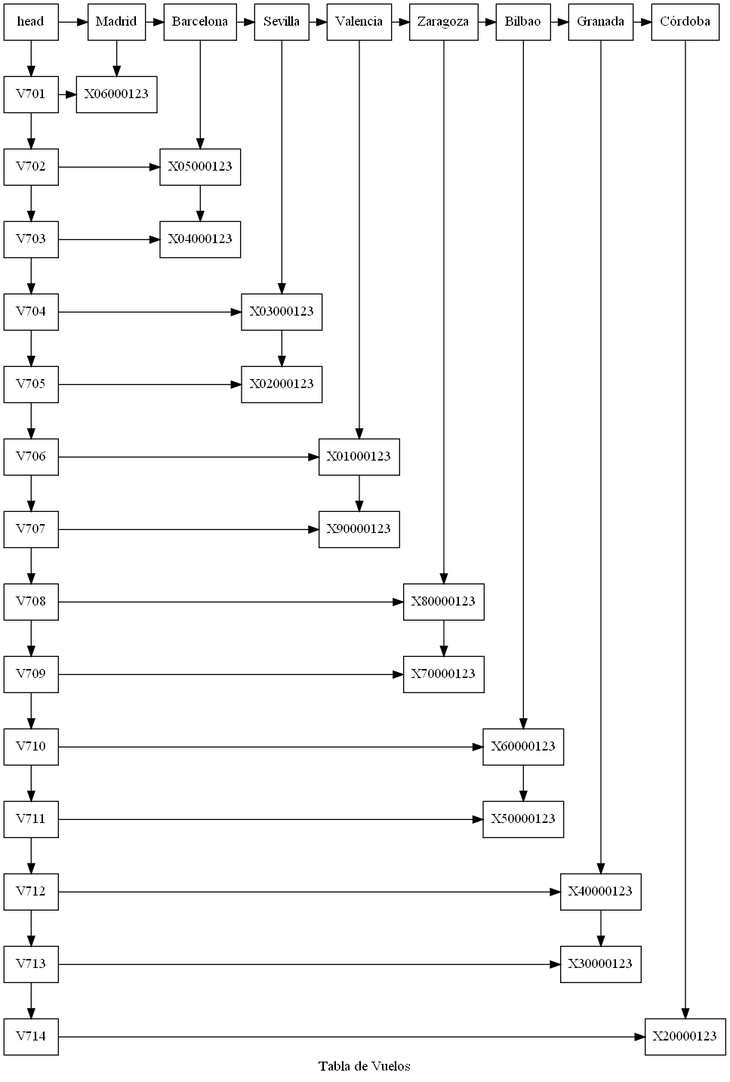
MarvinCastellanos/201700490_EDD_Proyecto keeps this Graphviz diagram as imagenes/tablaDeVuelos.png. Above is the earlier version. Its source is kept beside it as dot/tablaDeVuelos.dot. The source it was exported from:
```dot
digraph Matriz_dispersa {
node[shape=box];
label="Tabla de Vuelos";

n0 [label="head" group=0];
cMadrid[label="Madrid" group=Madrid];
cBarcelona[label="Barcelona" group=Barcelona];
cSevilla[label="Sevilla" group=Sevilla];
cValencia[label="Valencia" group=Valencia];
cZaragoza[label="Zaragoza" group=Zaragoza];
cBilbao[label="Bilbao" group=Bilbao];
cGranada[label="Granada" group=Granada];
cCórdoba[label="Córdoba" group=Córdoba];

rV701[label="V701" group=0];
rV702[label="V702" group=0];
rV703[label="V703" group=0];
rV704[label="V704" group=0];
rV705[label="V705" group=0];
rV706[label="V706" group=0];
rV707[label="V707" group=0];
rV708[label="V708" group=0];
rV709[label="V709" group=0];
rV710[label="V710" group=0];
rV711[label="V711" group=0];
rV712[label="V712" group=0];
rV713[label="V713" group=0];
rV714[label="V714" group=0];

nX06000123[label="X06000123" group=Madrid];

nX05000123[label="X05000123" group=Barcelona];
nX04000123[label="X04000123" group=Barcelona];

nX03000123[label="X03000123" group=Sevilla];
nX02000123[label="X02000123" group=Sevilla];

nX01000123[label="X01000123" group=Valencia];
nX90000123[label="X90000123" group=Valencia];

nX80000123[label="X80000123" group=Zaragoza];
nX70000123[label="X70000123" group=Zaragoza];

nX60000123[label="X60000123" group=Bilbao];
nX50000123[label="X50000123" group=Bilbao];

nX40000123[label="X40000123" group=Granada];
nX30000123[label="X30000123" group=Granada];

nX20000123[label="X20000123" group=Córdoba];


n0->cMadrid->cBarcelona->cSevilla->cValencia->cZaragoza->cBilbao->cGranada->cCórdoba;

rV701->nX06000123;
rV702->nX05000123;
rV703->nX04000123;
rV704->nX03000123;
rV705->nX02000123;
rV706->nX01000123;
rV707->nX90000123;
rV708->nX80000123;
rV709->nX70000123;
rV710->nX60000123;
rV711->nX50000123;
rV712->nX40000123;
rV713->nX30000123;
rV714->nX20000123;


n0->rV701->rV702->rV703->rV704->rV705->rV706->rV707->rV708->rV709->rV710->rV711->rV712->rV713->rV714;

cMadrid->nX06000123;
cBarcelona->nX05000123->nX04000123;
cSevilla->nX03000123->nX02000123;
cValencia->nX01000123->nX90000123;
cZaragoza->nX80000123->nX70000123;
cBilbao->nX60000123->nX50000123;
cGranada->nX40000123->nX30000123;
cCórdoba->nX20000123;

{ rank=same;n0;cMadrid;cBarcelona;cSevilla;cValencia;cZaragoza;cBilbao;cGranada;cCórdoba;}

{rank=same;rV701;nX06000123;}
{rank=same;rV702;nX05000123;}
{rank=same;rV703;nX04000123;}
{rank=same;rV704;nX03000123;}
{rank=same;rV705;nX02000123;}
{rank=same;rV706;nX01000123;}
{rank=same;rV707;nX90000123;}
{rank=same;rV708;nX80000123;}
{rank=same;rV709;nX70000123;}
{rank=same;rV710;nX60000123;}
{rank=same;rV711;nX50000123;}
{rank=same;rV712;nX40000123;}
{rank=same;rV713;nX30000123;}
{rank=same;rV714;nX20000123;}

}
```
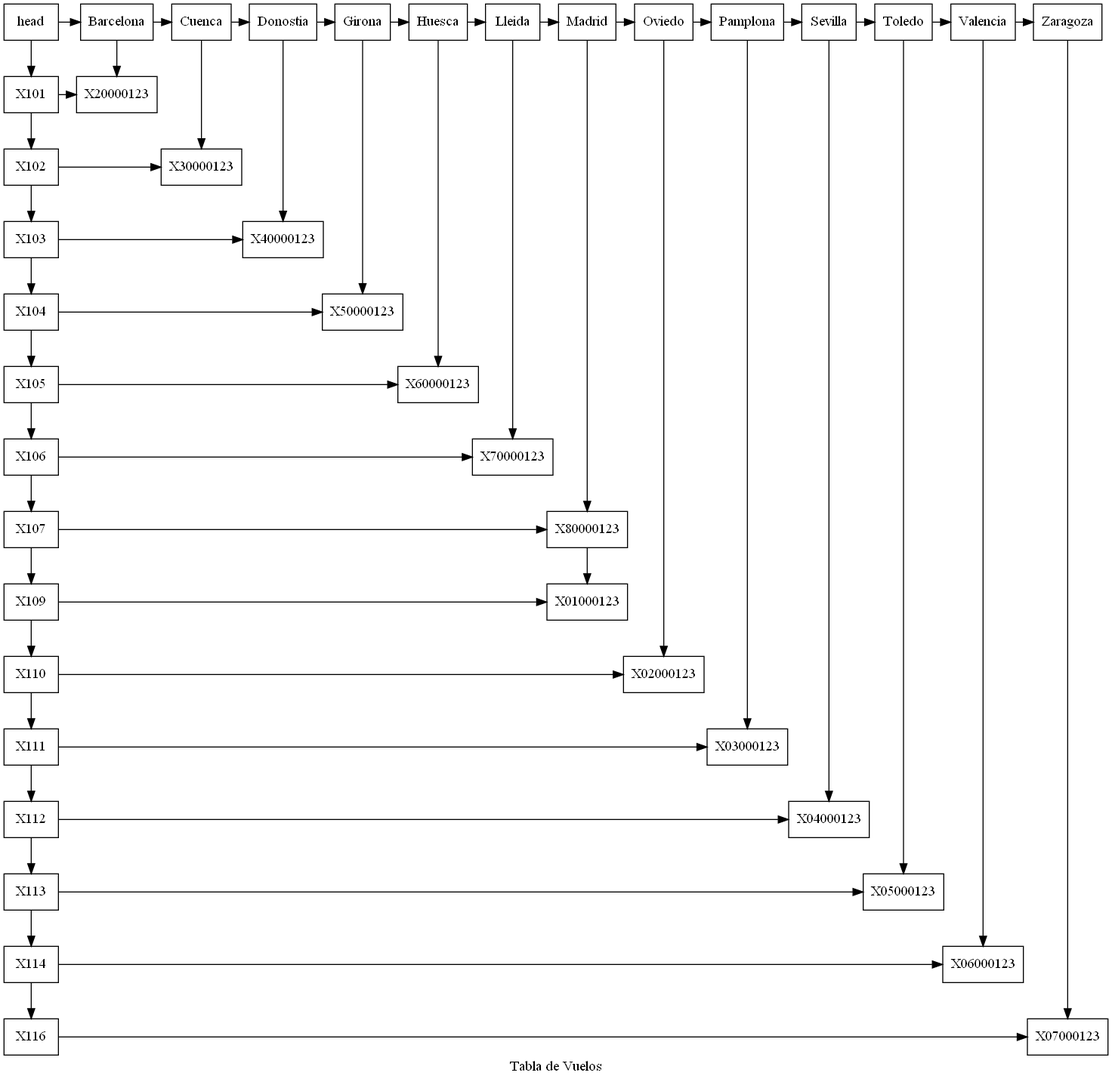
After the commit.

Change to the diagram source:
```diff
@@ -3,97 +3,112 @@
 label="Tabla de Vuelos";
 
 n0 [label="head" group=0];
+cBarcelona[label="Barcelona" group=Barcelona];
+cCuenca[label="Cuenca" group=Cuenca];
+cDonostia[label="Donostia" group=Donostia];
+cGirona[label="Girona" group=Girona];
+cHuesca[label="Huesca" group=Huesca];
+cLleida[label="Lleida" group=Lleida];
 cMadrid[label="Madrid" group=Madrid];
-cBarcelona[label="Barcelona" group=Barcelona];
+cOviedo[label="Oviedo" group=Oviedo];
+cPamplona[label="Pamplona" group=Pamplona];
 cSevilla[label="Sevilla" group=Sevilla];
+cToledo[label="Toledo" group=Toledo];
 cValencia[label="Valencia" group=Valencia];
 cZaragoza[label="Zaragoza" group=Zaragoza];
-cBilbao[label="Bilbao" group=Bilbao];
-cGranada[label="Granada" group=Granada];
-cCórdoba[label="Córdoba" group=Córdoba];
 
-rV701[label="V701" group=0];
-rV702[label="V702" group=0];
-rV703[label="V703" group=0];
-rV704[label="V704" group=0];
-rV705[label="V705" group=0];
-rV706[label="V706" group=0];
-rV707[label="V707" group=0];
-rV708[label="V708" group=0];
-rV709[label="V709" group=0];
-rV710[label="V710" group=0];
-rV711[label="V711" group=0];
-rV712[label="V712" group=0];
-rV713[label="V713" group=0];
-rV714[label="V714" group=0];
+rX101[label="X101" group=0];
+rX102[label="X102" group=0];
+rX103[label="X103" group=0];
+rX104[label="X104" group=0];
+rX105[label="X105" group=0];
+rX106[label="X106" group=0];
+rX107[label="X107" group=0];
+rX109[label="X109" group=0];
+rX110[label="X110" group=0];
+rX111[label="X111" group=0];
+rX112[label="X112" group=0];
+rX113[label="X113" group=0];
+rX114[label="X114" group=0];
+rX116[label="X116" group=0];
 
-nX06000123[label="X06000123" group=Madrid];
+nX20000123[label="X20000123" group=Barcelona];
 
-nX05000123[label="X05000123" group=Barcelona];
-nX04000123[label="X04000123" group=Barcelona];
+nX30000123[label="X30000123" group=Cuenca];
 
-nX03000123[label="X03000123" group=Sevilla];
-nX02000123[label="X02000123" group=Sevilla];
+nX40000123[label="X40000123" group=Donostia];
 
-nX01000123[label="X01000123" group=Valencia];
-nX90000123[label="X90000123" group=Valencia];
+nX50000123[label="X50000123" group=Girona];
 
-nX80000123[label="X80000123" group=Zaragoza];
-nX70000123[label="X70000123" group=Zaragoza];
+nX60000123[label="X60000123" group=Huesca];
 
-nX60000123[label="X60000123" group=Bilbao];
-nX50000123[label="X50000123" group=Bilbao];
+nX70000123[label="X70000123" group=Lleida];
 
-nX40000123[label="X40000123" group=Granada];
-nX30000123[label="X30000123" group=Granada];
+nX80000123[label="X80000123" group=Madrid];
+nX01000123[label="X01000123" group=Madrid];
 
-nX20000123[label="X20000123" group=Córdoba];
+nX02000123[label="X02000123" group=Oviedo];
+
+nX03000123[label="X03000123" group=Pamplona];
+
+nX04000123[label="X04000123" group=Sevilla];
+
+nX05000123[label="X05000123" group=Toledo];
+
+nX06000123[label="X06000123" group=Valencia];
+
+nX07000123[label="X07000123" group=Zaragoza];
 
 
-n0->cMadrid->cBarcelona->cSevilla->cValencia->cZaragoza->cBilbao->cGranada->cCórdoba;
+n0->cBarcelona->cCuenca->cDonostia->cGirona->cHuesca->cLleida->cMadrid->cOviedo->cPamplona->cSevilla->cToledo->cValencia->cZaragoza;
 
-rV701->nX06000123;
-rV702->nX05000123;
-rV703->nX04000123;
-rV704->nX03000123;
-rV705->nX02000123;
-rV706->nX01000123;
-rV707->nX90000123;
-rV708->nX80000123;
-rV709->nX70000123;
-rV710->nX60000123;
-rV711->nX50000123;
-rV712->nX40000123;
-rV713->nX30000123;
-rV714->nX20000123;
+rX101->nX20000123;
+rX102->nX30000123;
+rX103->nX40000123;
+rX104->nX50000123;
+rX105->nX60000123;
+rX106->nX70000123;
+rX107->nX80000123;
+rX109->nX01000123;
+rX110->nX02000123;
+rX111->nX03000123;
+rX112->nX04000123;
+rX113->nX05000123;
+rX114->nX06000123;
+rX116->nX07000123;
 
 
-n0->rV701->rV702->rV703->rV704->rV705->rV706->rV707->rV708->rV709->rV710->rV711->rV712->rV713->rV714;
+n0->rX101->rX102->rX103->rX104->rX105->rX106->rX107->rX109->rX110->rX111->rX112->rX113->rX114->rX116;
 
-cMadrid->nX06000123;
-cBarcelona->nX05000123->nX04000123;
-cSevilla->nX03000123->nX02000123;
-cValencia->nX01000123->nX90000123;
-cZaragoza->nX80000123->nX70000123;
-cBilbao->nX60000123->nX50000123;
-cGranada->nX40000123->nX30000123;
-cCórdoba->nX20000123;
+cBarcelona->nX20000123;
+cCuenca->nX30000123;
+cDonostia->nX40000123;
+cGirona->nX50000123;
+cHuesca->nX60000123;
+cLleida->nX70000123;
+cMadrid->nX80000123->nX01000123;
+cOviedo->nX02000123;
+cPamplona->nX03000123;
+cSevilla->nX04000123;
+cToledo->nX05000123;
+cValencia->nX06000123;
+cZaragoza->nX07000123;
 
-{ rank=same;n0;cMadrid;cBarcelona;cSevilla;cValencia;cZaragoza;cBilbao;cGranada;cCórdoba;}
+{ rank=same;n0;cBarcelona;cCuenca;cDonostia;cGirona;cHuesca;cLleida;cMadrid;cOviedo;cPamplona;cSevilla;cToledo;cValencia;cZaragoza;}
 
-{rank=same;rV701;nX06000123;}
-{rank=same;rV702;nX05000123;}
-{rank=same;rV703;nX04000123;}
-{rank=same;rV704;nX03000123;}
-{rank=same;rV705;nX02000123;}
-{rank=same;rV706;nX01000123;}
-{rank=same;rV707;nX90000123;}
-{rank=same;rV708;nX80000123;}
-{rank=same;rV709;nX70000123;}
-{rank=same;rV710;nX60000123;}
-{rank=same;rV711;nX50000123;}
-{rank=same;rV712;nX40000123;}
-{rank=same;rV713;nX30000123;}
-{rank=same;rV714;nX20000123;}
+{rank=same;rX101;nX20000123;}
+{rank=same;rX102;nX30000123;}
+{rank=same;rX103;nX40000123;}
+{rank=same;rX104;nX50000123;}
+{rank=same;rX105;nX60000123;}
+{rank=same;rX106;nX70000123;}
+{rank=same;rX107;nX80000123;}
+{rank=same;rX109;nX01000123;}
+{rank=same;rX110;nX02000123;}
+{rank=same;rX111;nX03000123;}
+{rank=same;rX112;nX04000123;}
+{rank=same;rX113;nX05000123;}
+{rank=same;rX114;nX06000123;}
+{rank=same;rX116;nX07000123;}
 
 }
```
